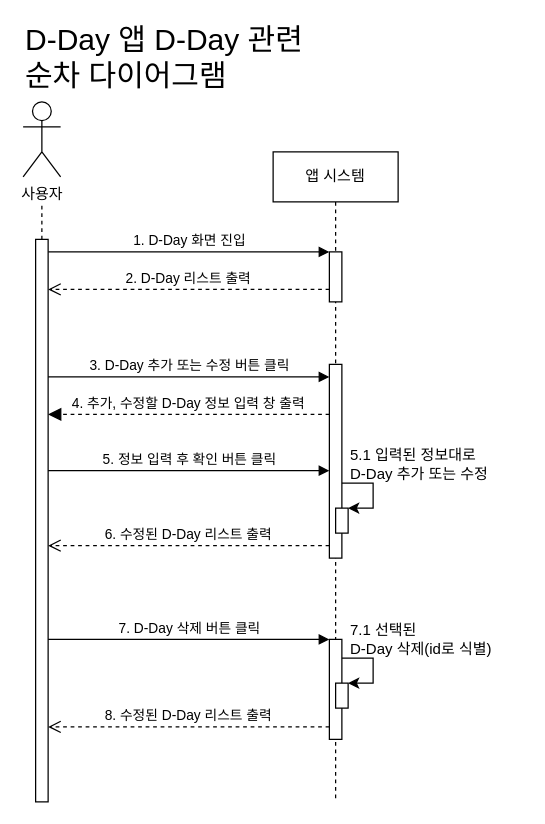
baechuTree/softwareEngineering keeps this draw.io diagram as sequence diagram - d-day.drawio. Above is the earlier version. Source tidied: cells renumbered, new cells numbered last; positions are measured from the earlier drawing's top-left corner, leaving out a move shared by most shapes. Both pictures are drawn from the tidied source at 125%, with x=0, y=0 at pixel (22, 39).
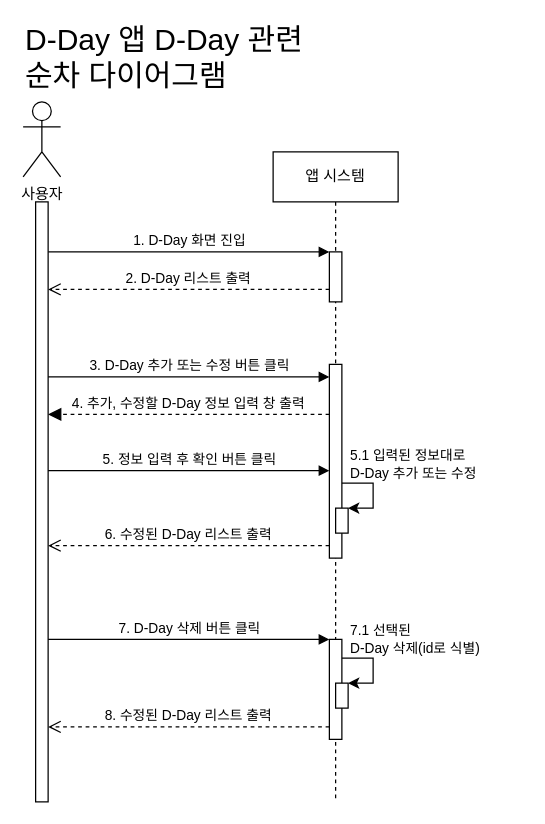
The same page after the edit.

Unchanged cells that the change refers to:
```xml
<mxCell id="2" value="앱 시스템" style="shape=umlLifeline;perimeter=lifelinePerimeter;whiteSpace=wrap;html=1;newEdgeStyle={&quot;edgeStyle&quot;:&quot;elbowEdgeStyle&quot;,&quot;elbow&quot;:&quot;vertical&quot;,&quot;curved&quot;:0,&quot;rounded&quot;:0};" parent="1" vertex="1">
  <mxGeometry x="200" y="90" width="100" height="520" as="geometry" />
</mxCell>
```

Diff of the diagram source:
```diff
@@
-    <mxCell id="5" value="7.1 선택된&lt;div&gt;D-Day 삭제(id로 식별)&lt;/div&gt;" style="text;html=1;align=left;verticalAlign=middle;strokeColor=none;fillColor=none;" parent="2" vertex="1">
-      <mxGeometry x="60" y="370" width="140" height="40" as="geometry" />
-    </mxCell>
@@
-    <mxCell id="11" style="endArrow=none;dashed=1;html=1;rounded=0;" parent="1" edge="1" source="12">
-      <mxGeometry relative="1" as="geometry">
-        <mxPoint x="15" y="130" as="targetPoint" />
-      </mxGeometry>
-    </mxCell>
     <mxCell id="12" style="html=1;points=[];perimeter=orthogonalPerimeter;outlineConnect=0;targetShapes=umlLifeline;portConstraint=eastwest;newEdgeStyle={&quot;edgeStyle&quot;:&quot;elbowEdgeStyle&quot;,&quot;elbow&quot;:&quot;vertical&quot;,&quot;curved&quot;:0,&quot;rounded&quot;:0};" parent="1" vertex="1">
-      <mxGeometry x="10" y="160" width="10" height="450" as="geometry" />
+      <mxGeometry x="10" y="130" width="10" height="480" as="geometry" />
     </mxCell>
@@
-    <mxCell id="16" value="5.1 입력된 정보대로&lt;div&gt;D-Day&amp;nbsp;&lt;span style=&quot;background-color: transparent; color: light-dark(rgb(0, 0, 0), rgb(255, 255, 255));&quot;&gt;추가 또는 수정&lt;/span&gt;&lt;/div&gt;" style="text;html=1;align=left;verticalAlign=middle;strokeColor=none;fillColor=none;" parent="1" vertex="1">
-      <mxGeometry x="260" y="320" width="130" height="40" as="geometry" />
+    <mxCell id="16" value="5.1 입력된 정보대로&lt;div&gt;D-Day&amp;nbsp;&lt;span style=&quot;background-color: transparent; color: light-dark(rgb(0, 0, 0), rgb(255, 255, 255));&quot;&gt;추가 또는 수정&lt;/span&gt;&lt;/div&gt;" style="text;html=1;align=left;verticalAlign=middle;strokeColor=none;fillColor=none;fontSize=11;" parent="1" vertex="1">
+      <mxGeometry x="260" y="320" width="120" height="40" as="geometry" />
     </mxCell>
@@
+    <mxCell id="5" value="7.1 선택된&lt;div&gt;D-Day 삭제(id로 식별)&lt;/div&gt;" style="text;html=1;align=left;verticalAlign=middle;strokeColor=none;fillColor=none;fontSize=11;" parent="1" vertex="1">
+      <mxGeometry x="260" y="460" width="130" height="40" as="geometry" />
+    </mxCell>
```
